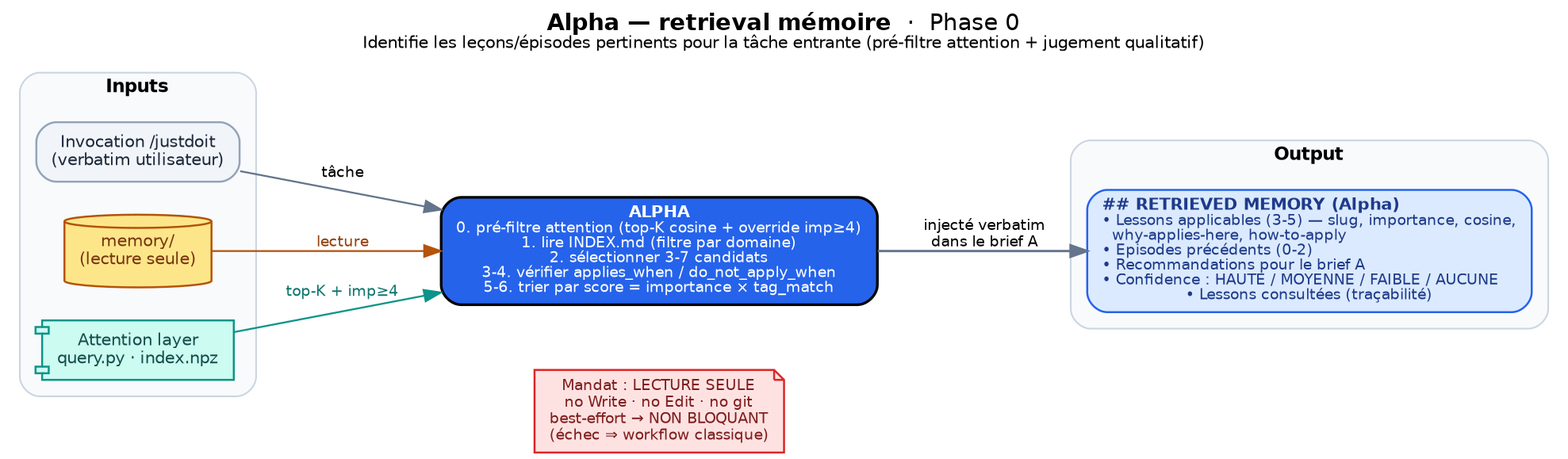
varma61923/commontrace-v2 keeps this Graphviz diagram as assets/agent_alpha.png. Above is the earlier version. Its source is kept beside it as assets/agent_alpha.dot.
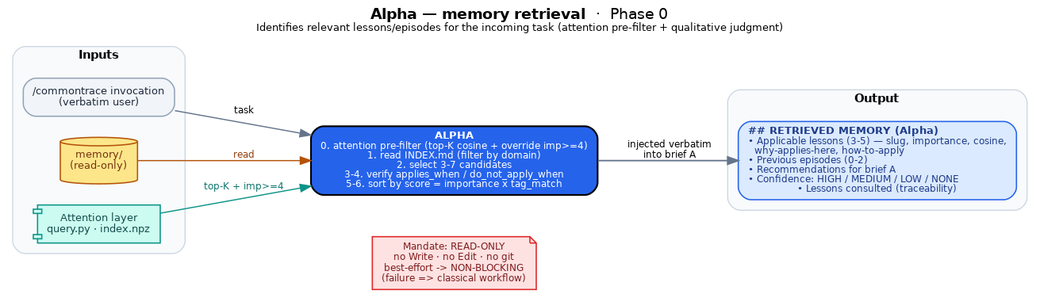
Later version of the same file.

The edit, as a diff of the source:
```diff
@@ -4,7 +4,7 @@
   fontname="DejaVu Sans";
   labelloc="t";
   fontsize=14;
-  label=<<b>Alpha — retrieval mémoire</b>  ·  Phase 0<br/><font point-size="10">Identifie les leçons/épisodes pertinents pour la tâche entrante (pré-filtre attention + jugement qualitatif)</font>>;
+  label=<<b>Alpha — memory retrieval</b>  ·  Phase 0<br/><font point-size="10">Identifies relevant lessons/episodes for the incoming task (attention pre-filter + qualitative judgment)</font>>;
   nodesep=0.28;
   ranksep=0.7;
 
@@ -14,27 +14,27 @@
   subgraph cluster_in {
     label=<<b>Inputs</b>>; fontsize=11; style="rounded"; color="#cbd5e1"; bgcolor="#f8fafc"; margin=10;
     node [fillcolor="#f1f5f9", color="#94a3b8", fontcolor="#1e293b"];
-    in_inv [label="Invocation /justdoit\n(verbatim utilisateur)"];
-    in_mem [label="memory/\n(lecture seule)", shape=cylinder, fillcolor="#fde68a", color="#b45309", fontcolor="#78350f"];
+    in_inv [label="/commontrace invocation\n(verbatim user)"];
+    in_mem [label="memory/\n(read-only)", shape=cylinder, fillcolor="#fde68a", color="#b45309", fontcolor="#78350f"];
     in_att [label="Attention layer\nquery.py · index.npz", shape=component, fillcolor="#ccfbf1", color="#0d9488", fontcolor="#134e4a"];
   }
 
-  alpha [label=<<b>ALPHA</b><br/><font point-size="9">0. pré-filtre attention (top-K cosine + override imp≥4)<br/>1. lire INDEX.md (filtre par domaine)<br/>2. sélectionner 3-7 candidats<br/>3-4. vérifier applies_when / do_not_apply_when<br/>5-6. trier par score = importance × tag_match</font>>,
+  alpha [label=<<b>ALPHA</b><br/><font point-size="9">0. attention pre-filter (top-K cosine + override imp&gt;=4)<br/>1. read INDEX.md (filter by domain)<br/>2. select 3-7 candidates<br/>3-4. verify applies_when / do_not_apply_when<br/>5-6. sort by score = importance x tag_match</font>>,
          fillcolor="#2563eb", fontcolor="white", penwidth=1.6];
 
-  mandate [label="Mandat : LECTURE SEULE\nno Write · no Edit · no git\nbest-effort → NON BLOQUANT\n(échec ⇒ workflow classique)",
+  mandate [label="Mandate: READ-ONLY\nno Write · no Edit · no git\nbest-effort -> NON-BLOCKING\n(failure => classical workflow)",
            shape=note, fillcolor="#fee2e2", color="#dc2626", fontcolor="#7f1d1d", fontsize=9];
 
   subgraph cluster_out {
     label=<<b>Output</b>>; fontsize=11; style="rounded"; color="#cbd5e1"; bgcolor="#f8fafc"; margin=10;
     node [fillcolor="#dbeafe", color="#2563eb", fontcolor="#1e3a8a"];
-    out [label=<<b>## RETRIEVED MEMORY (Alpha)</b><br align="left"/><font point-size="9">• Lessons applicables (3-5) — slug, importance, cosine,<br align="left"/>  why-applies-here, how-to-apply<br align="left"/>• Episodes précédents (0-2)<br align="left"/>• Recommandations pour le brief A<br align="left"/>• Confidence : HAUTE / MOYENNE / FAIBLE / AUCUNE<br align="left"/>• Lessons consultées (traçabilité)</font>>];
+    out [label=<<b>## RETRIEVED MEMORY (Alpha)</b><br align="left"/><font point-size="9">• Applicable lessons (3-5) — slug, importance, cosine,<br align="left"/>  why-applies-here, how-to-apply<br align="left"/>• Previous episodes (0-2)<br align="left"/>• Recommendations for brief A<br align="left"/>• Confidence: HIGH / MEDIUM / LOW / NONE<br align="left"/>• Lessons consulted (traceability)</font>>];
   }
 
-  in_att -> alpha [label=" top-K + imp≥4", color="#0d9488", fontcolor="#0f766e"];
-  in_mem -> alpha [label=" lecture", color="#b45309", fontcolor="#92400e"];
-  in_inv -> alpha [label=" tâche"];
-  alpha -> out [label=" injecté verbatim\n dans le brief A", penwidth=1.4];
+  in_att -> alpha [label=" top-K + imp>=4", color="#0d9488", fontcolor="#0f766e"];
+  in_mem -> alpha [label=" read", color="#b45309", fontcolor="#92400e"];
+  in_inv -> alpha [label=" task"];
+  alpha -> out [label=" injected verbatim\n into brief A", penwidth=1.4];
   alpha -> mandate [style=invis];
   { rank=same; alpha; mandate; }
 }
```
